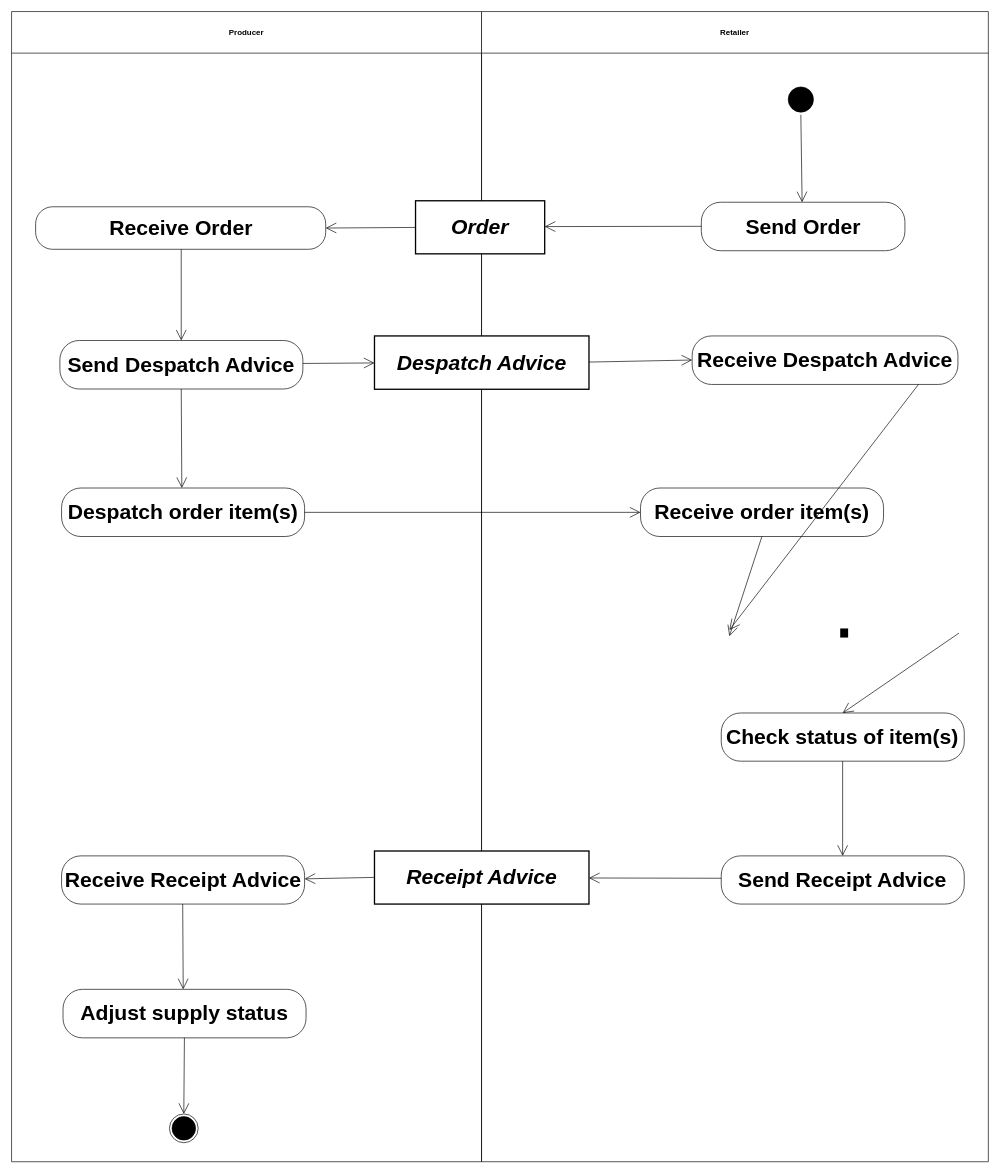
Earlier version of the draw.io diagram diagrams/UBL-2.2-CRP-InitialStockingByRetailer/UBL-2.2-CRP-InitialStockingByRetailer.drawio (kduvekot/ubl-work-on-svg-images). Source tidied: cells renumbered, new cells numbered last; positions are measured from the earlier drawing's top-left corner, leaving out a move shared by most shapes. Both pictures are drawn from the tidied source at 66%, with x=0, y=0 at pixel (11, 11).
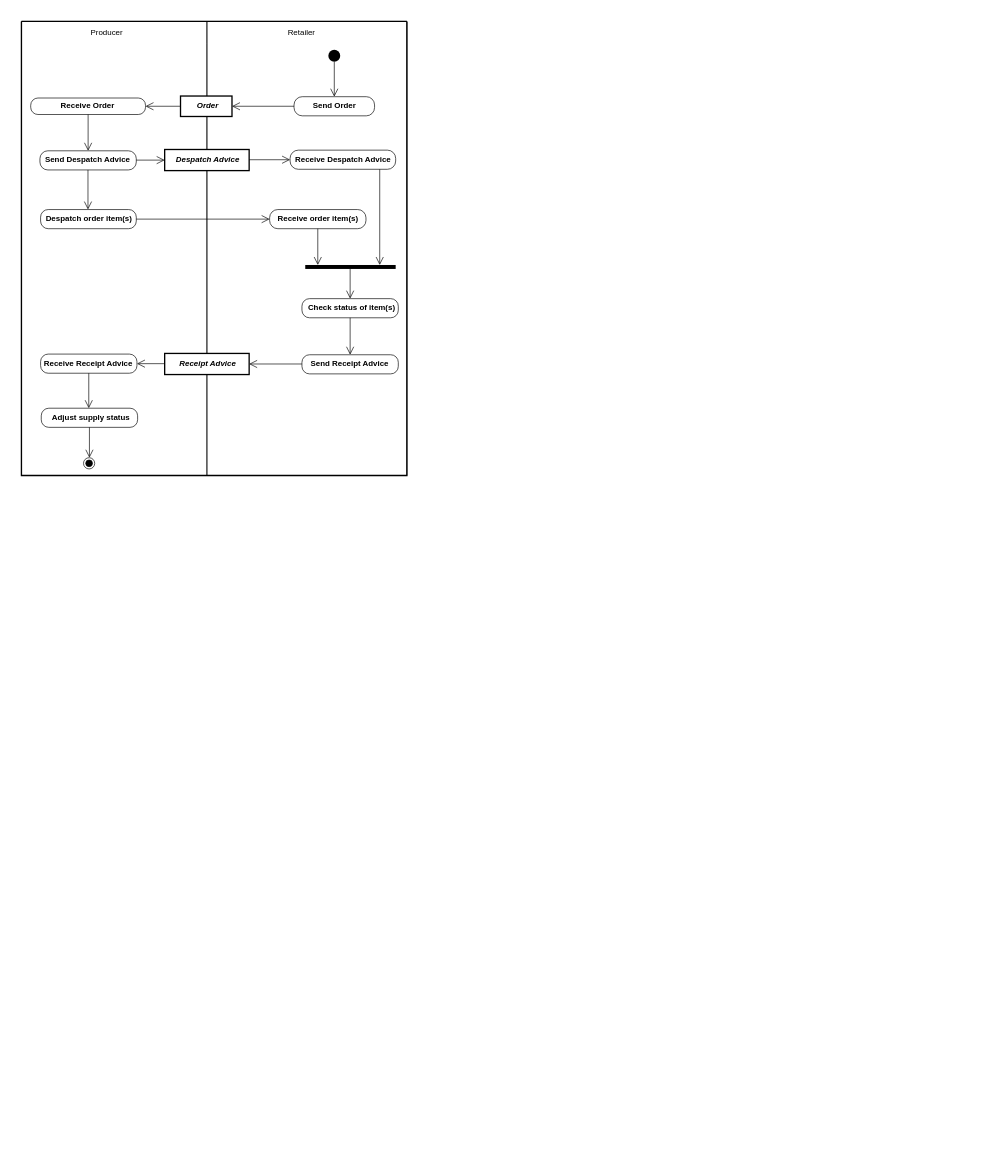
The same page after the edit.

The edit, as a diff of the source:
```diff
@@
+    <mxCell id="36" style="swimlane;html=1;startSize=0;whiteSpace=wrap;fillColor=none;strokeWidth=2;" parent="1" vertex="1">
+      <mxGeometry x="15" y="15" width="584" height="688" as="geometry" />
+    </mxCell>
-    <mxCell id="2" value="Producer" style="swimlane;whiteSpace=wrap;html=1;startSize=63;" parent="1" vertex="1">
-      <mxGeometry width="712.1" height="1742.7" as="geometry" />
+    <mxCell id="2" value="Producer" style="swimlane;horizontal=1;startSize=33;swimlaneLine=0;html=1;fillColor=none;fontSize=12;fontStyle=0;spacing=0;spacingRight=24;" parent="36" vertex="1">
+      <mxGeometry width="281" height="688" as="geometry" />
     </mxCell>
-    <mxCell id="3" value="Retailer" style="swimlane;whiteSpace=wrap;html=1;startSize=63;" parent="1" vertex="1">
-      <mxGeometry x="712.1" width="767.9" height="1742.7" as="geometry" />
+    <mxCell id="3" value="Retailer" style="swimlane;horizontal=1;startSize=34;swimlaneLine=0;html=1;fillColor=none;fontSize=12;fontStyle=0;spacing=0;spacingRight=18;" parent="36" vertex="1">
+      <mxGeometry x="281" width="303" height="688" as="geometry" />
     </mxCell>
-    <mxCell id="4" style="ellipse;html=1;shape=startState;fillColor=#000000;strokeColor=#000000;fontFamily=Helvetica;fontSize=32;" parent="1" vertex="1">
-      <mxGeometry x="1172.8" y="110.2" width="46.2" height="46.2" as="geometry" />
+    <mxCell id="4" style="ellipse;shape=startState;fillColor=#000000;strokeColor=none;html=1;" parent="3" vertex="1">
+      <mxGeometry x="180" y="39" width="26" height="26" as="geometry" />
     </mxCell>
-    <mxCell id="5" value="Order" style="rounded=0;whiteSpace=wrap;html=1;fontStyle=3;strokeWidth=2;fontFamily=Helvetica;fontSize=32;" parent="1" vertex="1">
-      <mxGeometry x="612.1" y="286.7" width="195.7" height="80.4" as="geometry" />
+    <mxCell id="5" value="Order" style="rounded=0;html=1;whiteSpace=nowrap;fontSize=12;fontStyle=3;align=center;verticalAlign=middle;spacing=0;spacingLeft=3;spacingBottom=2;strokeWidth=2;" parent="3" vertex="1">
+      <mxGeometry x="-40" y="113" width="78" height="31" as="geometry" />
     </mxCell>
-    <mxCell id="6" value="Send Order" style="rounded=1;arcSize=40;whiteSpace=wrap;html=1;fontStyle=1;fontFamily=Helvetica;fontSize=32;" parent="1" vertex="1">
-      <mxGeometry x="1045.1" y="288.9" width="308.5" height="73.5" as="geometry" />
+    <mxCell id="6" value="Send Order" style="rounded=1;absoluteArcSize=1;arcSize=25;html=1;whiteSpace=nowrap;fontSize=12;fontStyle=1;align=center;verticalAlign=middle;spacing=0;spacingRight=1;spacingBottom=1;" parent="3" vertex="1">
+      <mxGeometry x="132" y="114" width="122" height="29" as="geometry" />
     </mxCell>
-    <mxCell id="7" value="Receive Order" style="rounded=1;arcSize=40;whiteSpace=wrap;html=1;fontStyle=1;fontFamily=Helvetica;fontSize=32;" parent="1" vertex="1">
-      <mxGeometry x="36.5" y="295.8" width="439.5" height="64.4" as="geometry" />
+    <mxCell id="7" value="Receive Order" style="rounded=1;absoluteArcSize=1;arcSize=22;html=1;whiteSpace=nowrap;fontSize=12;fontStyle=1;align=center;verticalAlign=middle;spacing=0;spacingRight=2;spacingBottom=1;" parent="2" vertex="1">
+      <mxGeometry x="14" y="116" width="174" height="25" as="geometry" />
     </mxCell>
-    <mxCell id="8" value="Receive Despatch Advice" style="rounded=1;arcSize=40;whiteSpace=wrap;html=1;fontStyle=1;fontFamily=Helvetica;fontSize=32;" parent="1" vertex="1">
-      <mxGeometry x="1031.2" y="491.5" width="402.7" height="73.5" as="geometry" />
+    <mxCell id="8" value="Receive Despatch Advice" style="rounded=1;absoluteArcSize=1;arcSize=25;html=1;whiteSpace=nowrap;fontSize=12;fontStyle=1;align=center;verticalAlign=middle;spacing=0;spacingRight=1;spacingBottom=1;" parent="3" vertex="1">
+      <mxGeometry x="126" y="195" width="160" height="29" as="geometry" />
     </mxCell>
-    <mxCell id="9" value="Despatch Advice" style="rounded=0;whiteSpace=wrap;html=1;fontStyle=3;strokeWidth=2;fontFamily=Helvetica;fontSize=32;" parent="1" vertex="1">
-      <mxGeometry x="549.9" y="491.5" width="325" height="80.8" as="geometry" />
+    <mxCell id="9" value="Despatch Advice" style="rounded=0;html=1;whiteSpace=nowrap;fontSize=12;fontStyle=3;align=center;verticalAlign=middle;spacing=0;spacingLeft=2;spacingBottom=2;strokeWidth=2;" parent="3" vertex="1">
+      <mxGeometry x="-64" y="194" width="128" height="32" as="geometry" />
     </mxCell>
-    <mxCell id="10" value="Send Despatch Advice" style="rounded=1;arcSize=40;whiteSpace=wrap;html=1;fontStyle=1;fontFamily=Helvetica;fontSize=32;" parent="1" vertex="1">
-      <mxGeometry x="73.2" y="498.4" width="368.2" height="73.5" as="geometry" />
+    <mxCell id="10" value="Send Despatch Advice" style="rounded=1;absoluteArcSize=1;arcSize=24;html=1;whiteSpace=nowrap;fontSize=12;fontStyle=1;align=center;verticalAlign=middle;spacing=0;spacingRight=2;spacingBottom=1;" parent="2" vertex="1">
+      <mxGeometry x="28" y="196" width="146" height="29" as="geometry" />
     </mxCell>
-    <mxCell id="11" value="Despatch order item(s)" style="rounded=1;arcSize=40;whiteSpace=wrap;html=1;fontStyle=1;fontFamily=Helvetica;fontSize=32;" parent="1" vertex="1">
-      <mxGeometry x="75.8" y="721.9" width="368.2" height="73.5" as="geometry" />
+    <mxCell id="11" value="Despatch order item(s)" style="rounded=1;absoluteArcSize=1;arcSize=23;html=1;whiteSpace=nowrap;fontSize=12;fontStyle=1;align=center;verticalAlign=middle;spacing=0;spacingBottom=1;" parent="2" vertex="1">
+      <mxGeometry x="29" y="285" width="145" height="29" as="geometry" />
     </mxCell>
-    <mxCell id="12" value="Receive order item(s)" style="rounded=1;arcSize=40;whiteSpace=wrap;html=1;fontStyle=1;fontFamily=Helvetica;fontSize=32;" parent="1" vertex="1">
-      <mxGeometry x="953" y="721.9" width="368.2" height="73.5" as="geometry" />
+    <mxCell id="12" value="Receive order item(s)" style="rounded=1;absoluteArcSize=1;arcSize=25;html=1;whiteSpace=nowrap;fontSize=12;fontStyle=1;align=center;verticalAlign=middle;spacing=0;spacingRight=1;spacingBottom=1;" parent="3" vertex="1">
+      <mxGeometry x="95" y="285" width="146" height="29" as="geometry" />
     </mxCell>
-    <mxCell id="13" style="html=1;shape=line;direction=north;strokeWidth=12;fontFamily=Helvetica;fontSize=32;" parent="1" vertex="1">
-      <mxGeometry x="1087.6" y="934.7" width="347.9" height="13.8" as="geometry" />
+    <mxCell id="13" style="html=1;points=[[0.138686,0],[0.49635,1],[0.8237,0]];perimeter=orthogonalPerimeter;fillColor=#000000;strokeColor=none;" parent="3" vertex="1">
+      <mxGeometry x="149" y="369" width="137" height="6" as="geometry" />
     </mxCell>
-    <mxCell id="14" value="Check status of item(s)" style="rounded=1;arcSize=40;whiteSpace=wrap;html=1;fontStyle=1;fontFamily=Helvetica;fontSize=32;" parent="1" vertex="1">
-      <mxGeometry x="1075.3" y="1062.8" width="368.2" height="73" as="geometry" />
+    <mxCell id="14" value="Check status of item(s)" style="rounded=1;absoluteArcSize=1;arcSize=23;html=1;whiteSpace=nowrap;fontSize=12;fontStyle=1;align=center;verticalAlign=middle;spacing=0;spacingLeft=3;spacingBottom=1;" parent="3" vertex="1">
+      <mxGeometry x="144" y="420" width="146" height="29" as="geometry" />
     </mxCell>
-    <mxCell id="15" value="Receipt Advice" style="rounded=0;whiteSpace=wrap;html=1;fontStyle=3;strokeWidth=2;fontFamily=Helvetica;fontSize=32;" parent="1" vertex="1">
-      <mxGeometry x="549.9" y="1271.9" width="325" height="80.4" as="geometry" />
+    <mxCell id="15" value="Receipt Advice" style="rounded=0;html=1;whiteSpace=nowrap;fontSize=12;fontStyle=3;align=center;verticalAlign=middle;spacing=0;spacingLeft=1;spacingBottom=2;strokeWidth=2;" parent="3" vertex="1">
+      <mxGeometry x="-64" y="503" width="128" height="32" as="geometry" />
     </mxCell>
-    <mxCell id="16" value="Receive Receipt Advice" style="rounded=1;arcSize=40;whiteSpace=wrap;html=1;fontStyle=1;fontFamily=Helvetica;fontSize=32;" parent="1" vertex="1">
-      <mxGeometry x="75.8" y="1279.3" width="368.2" height="73" as="geometry" />
+    <mxCell id="16" value="Receive Receipt Advice" style="rounded=1;absoluteArcSize=1;arcSize=23;html=1;whiteSpace=nowrap;fontSize=12;fontStyle=1;align=center;verticalAlign=middle;spacing=0;spacingRight=3;spacingBottom=1;" parent="2" vertex="1">
+      <mxGeometry x="29" y="504" width="146" height="29" as="geometry" />
     </mxCell>
-    <mxCell id="17" value="Send Receipt Advice" style="rounded=1;arcSize=40;whiteSpace=wrap;html=1;fontStyle=1;fontFamily=Helvetica;fontSize=32;" parent="1" vertex="1">
-      <mxGeometry x="1075.3" y="1279.3" width="368.2" height="73" as="geometry" />
+    <mxCell id="17" value="Send Receipt Advice" style="rounded=1;absoluteArcSize=1;arcSize=23;html=1;whiteSpace=nowrap;fontSize=12;fontStyle=1;align=center;verticalAlign=middle;spacing=0;spacingRight=3;spacingBottom=1;" parent="3" vertex="1">
+      <mxGeometry x="144" y="505" width="146" height="29" as="geometry" />
     </mxCell>
-    <mxCell id="18" value="Adjust supply status" style="rounded=1;arcSize=40;whiteSpace=wrap;html=1;fontStyle=1;fontFamily=Helvetica;fontSize=32;" parent="1" vertex="1">
-      <mxGeometry x="78" y="1481.5" width="368.2" height="73.5" as="geometry" />
+    <mxCell id="18" value="Adjust supply status" style="rounded=1;absoluteArcSize=1;arcSize=23;html=1;whiteSpace=nowrap;fontSize=12;fontStyle=1;align=center;verticalAlign=middle;spacing=0;spacingLeft=3;spacingBottom=1;" parent="2" vertex="1">
+      <mxGeometry x="30" y="586" width="146" height="29" as="geometry" />
     </mxCell>
-    <mxCell id="19" style="ellipse;html=1;shape=endState;fillColor=#000000;strokeColor=#000000;fontFamily=Helvetica;fontSize=32;" parent="1" vertex="1">
-      <mxGeometry x="239.2" y="1670.3" width="43.6" height="43.6" as="geometry" />
+    <mxCell id="19" style="ellipse;shape=endState;fillColor=#000000;html=1;" parent="2" vertex="1">
+      <mxGeometry x="94" y="661" width="17" height="17" as="geometry" />
     </mxCell>
-    <mxCell id="20" style="edgeStyle=none;rounded=0;html=1;endArrow=open;endFill=0;endSize=14;exitX=0.4957;exitY=1.0;entryX=0.495;entryY=0.0;" parent="1" edge="1" source="4" target="6">
+    <mxCell id="20" style="edgeStyle=none;rounded=0;html=1;endArrow=open;endFill=0;endSize=10;exitPerimeter=0;entryX=0.5;entryY=0;entryPerimeter=0;exitX=0.5;exitY=0.8479;" parent="3" edge="1" source="4" target="6">
       <mxGeometry relative="1" as="geometry" />
     </mxCell>
-    <mxCell id="21" style="edgeStyle=none;rounded=0;html=1;endArrow=open;endFill=0;endSize=14;exitX=0.0;exitY=0.4966;entryX=1.0;entryY=0.4863;" parent="1" edge="1" source="6" target="5">
+    <mxCell id="21" style="edgeStyle=none;rounded=0;html=1;endArrow=open;endFill=0;endSize=10;exitX=0;exitY=0.5;exitPerimeter=0;entryX=1;entryY=0.5;entryPerimeter=0;" parent="3" edge="1" source="6" target="5">
       <mxGeometry relative="1" as="geometry" />
     </mxCell>
-    <mxCell id="22" style="edgeStyle=none;rounded=0;html=1;endArrow=open;endFill=0;endSize=14;exitX=0.0;exitY=0.5025;entryX=1.0;entryY=0.5;" parent="1" edge="1" source="5" target="7">
+    <mxCell id="22" style="edgeStyle=none;rounded=0;html=1;endArrow=open;endFill=0;endSize=10;exitX=0;exitY=0.5;exitPerimeter=0;entryX=1;entryY=0.5;entryPerimeter=0;" parent="36" edge="1" source="5" target="7">
       <mxGeometry relative="1" as="geometry" />
     </mxCell>
-    <mxCell id="23" style="edgeStyle=none;rounded=0;html=1;endArrow=open;endFill=0;endSize=14;exitX=0.5019;exitY=1.0;entryX=0.4995;entryY=0.0;" parent="1" edge="1" source="7" target="10">
+    <mxCell id="23" style="edgeStyle=none;rounded=0;html=1;endArrow=open;endFill=0;endSize=10;exitX=0.5;exitY=1;exitPerimeter=0;entryX=0.5;entryY=0;entryPerimeter=0;" parent="2" edge="1" source="7" target="10">
       <mxGeometry relative="1" as="geometry" />
     </mxCell>
-    <mxCell id="24" style="edgeStyle=none;rounded=0;html=1;endArrow=open;endFill=0;endSize=14;exitX=1.0;exitY=0.4901;entryX=0.0;entryY=0.4966;" parent="1" edge="1" source="9" target="8">
+    <mxCell id="24" style="edgeStyle=none;rounded=0;html=1;endArrow=open;endFill=0;endSize=10;exitPerimeter=0;entryX=0;entryY=0.5;entryPerimeter=0;exitX=1;exitY=0.484375;" parent="3" edge="1" source="9" target="8">
       <mxGeometry relative="1" as="geometry" />
     </mxCell>
-    <mxCell id="25" style="edgeStyle=none;rounded=0;html=1;endArrow=open;endFill=0;endSize=14;exitX=1.0;exitY=0.4735;entryX=0.0;entryY=0.5062;" parent="1" edge="1" source="10" target="9">
+    <mxCell id="25" style="edgeStyle=none;rounded=0;html=1;endArrow=open;endFill=0;endSize=10;exitPerimeter=0;entryX=0;entryY=0.5031;entryPerimeter=0;exitX=1;exitY=0.486179;" parent="36" edge="1" source="10" target="9">
       <mxGeometry relative="1" as="geometry" />
     </mxCell>
-    <mxCell id="26" style="edgeStyle=none;rounded=0;html=1;endArrow=open;endFill=0;endSize=14;exitX=0.8515;exitY=1.0;entryX=0.8235;entryY=0.0;" parent="1" edge="1" source="8" target="13">
+    <mxCell id="26" style="edgeStyle=none;rounded=0;html=1;endArrow=open;endFill=0;endSize=10;exitPerimeter=0;entryX=0.8237;entryY=0;entryPerimeter=0;exitX=0.849043;exitY=1;" parent="3" edge="1" source="8" target="13">
       <mxGeometry relative="1" as="geometry" />
     </mxCell>
-    <mxCell id="27" style="edgeStyle=none;rounded=0;html=1;endArrow=open;endFill=0;endSize=14;exitX=0.4995;exitY=1.0;entryX=0.4948;entryY=0.0;" parent="1" edge="1" source="10" target="11">
+    <mxCell id="27" style="edgeStyle=none;rounded=0;html=1;endArrow=open;endFill=0;endSize=10;exitPerimeter=0;entryX=0.4952;entryY=0;entryPerimeter=0;exitX=0.498658;exitY=1;" parent="2" edge="1" source="10" target="11">
       <mxGeometry relative="1" as="geometry" />
     </mxCell>
-    <mxCell id="28" style="edgeStyle=none;rounded=0;html=1;endArrow=open;endFill=0;endSize=14;exitX=1.0;exitY=0.502;entryX=0.0;entryY=0.502;" parent="1" edge="1" source="11" target="12">
+    <mxCell id="28" style="edgeStyle=none;rounded=0;html=1;endArrow=open;endFill=0;endSize=10;exitX=1;exitY=0.5;exitPerimeter=0;entryX=0;entryY=0.5;entryPerimeter=0;" parent="36" edge="1" source="11" target="12">
       <mxGeometry relative="1" as="geometry" />
     </mxCell>
-    <mxCell id="29" style="edgeStyle=none;rounded=0;html=1;endArrow=open;endFill=0;endSize=14;exitX=0.4995;exitY=1.0;entryX=0.1417;entryY=0.0;" parent="1" edge="1" source="12" target="13">
+    <mxCell id="29" style="edgeStyle=none;rounded=0;html=1;endArrow=open;endFill=0;endSize=10;exitX=0.5;exitY=1;exitPerimeter=0;entryPerimeter=0;entryX=0.138686;entryY=0;" parent="3" edge="1" source="12" target="13">
       <mxGeometry relative="1" as="geometry" />
     </mxCell>
-    <mxCell id="30" style="edgeStyle=none;rounded=0;html=1;endArrow=open;endFill=0;endSize=14;exitX=0.4932;exitY=1.0;entryX=0.4995;entryY=0.0;" parent="1" edge="1" source="13" target="14">
+    <mxCell id="30" style="edgeStyle=none;rounded=0;html=1;endArrow=open;endFill=0;endSize=10;exitPerimeter=0;entryX=0.5;entryY=0;entryPerimeter=0;exitX=0.49635;exitY=1;" parent="3" edge="1" source="13" target="14">
       <mxGeometry relative="1" as="geometry" />
     </mxCell>
-    <mxCell id="31" style="edgeStyle=none;rounded=0;html=1;endArrow=open;endFill=0;endSize=14;exitX=0.4995;exitY=1.0;entryX=0.4995;entryY=0.0;" parent="1" edge="1" source="14" target="17">
+    <mxCell id="31" style="edgeStyle=none;rounded=0;html=1;endArrow=open;endFill=0;endSize=10;exitX=0.5;exitY=1;exitPerimeter=0;entryX=0.5;entryY=0;entryPerimeter=0;" parent="3" edge="1" source="14" target="17">
       <mxGeometry relative="1" as="geometry" />
     </mxCell>
-    <mxCell id="32" style="edgeStyle=none;rounded=0;html=1;endArrow=open;endFill=0;endSize=14;exitX=0.0;exitY=0.4975;entryX=1.0;entryY=0.4767;" parent="1" edge="1" source="15" target="16">
+    <mxCell id="32" style="edgeStyle=none;rounded=0;html=1;endArrow=open;endFill=0;endSize=10;exitPerimeter=0;entryX=1;entryY=0.5;entryPerimeter=0;exitX=0;exitY=0.484375;" parent="36" edge="1" source="15" target="16">
       <mxGeometry relative="1" as="geometry" />
     </mxCell>
-    <mxCell id="33" style="edgeStyle=none;rounded=0;html=1;endArrow=open;endFill=0;endSize=14;exitX=0.0;exitY=0.4644;entryX=1.0;entryY=0.5087;" parent="1" edge="1" source="17" target="15">
+    <mxCell id="33" style="edgeStyle=none;rounded=0;html=1;endArrow=open;endFill=0;endSize=10;exitPerimeter=0;entryX=1;entryY=0.5;entryPerimeter=0;exitX=0;exitY=0.482759;" parent="3" edge="1" source="17" target="15">
       <mxGeometry relative="1" as="geometry" />
     </mxCell>
-    <mxCell id="34" style="edgeStyle=none;rounded=0;html=1;endArrow=open;endFill=0;endSize=14;exitX=0.4984;exitY=1.0;entryX=0.4946;entryY=0.0;" parent="1" edge="1" source="16" target="18">
+    <mxCell id="34" style="edgeStyle=none;rounded=0;html=1;endArrow=open;endFill=0;endSize=10;exitX=0.5;exitY=1;exitPerimeter=0;entryPerimeter=0;entryX=0.493151;entryY=0;" parent="2" edge="1" source="16" target="18">
       <mxGeometry relative="1" as="geometry" />
     </mxCell>
-    <mxCell id="35" style="edgeStyle=none;rounded=0;html=1;endArrow=open;endFill=0;endSize=14;exitX=0.4995;exitY=1.0;entryX=0.5206;entryY=0.0;" parent="1" edge="1" source="18" target="19">
+    <mxCell id="35" style="edgeStyle=none;rounded=0;html=1;endArrow=open;endFill=0;endSize=10;exitX=0.5;exitY=1;exitPerimeter=0;entryPerimeter=0;entryX=0.529412;entryY=0;" parent="2" edge="1" source="18" target="19">
       <mxGeometry relative="1" as="geometry" />
     </mxCell>
```
